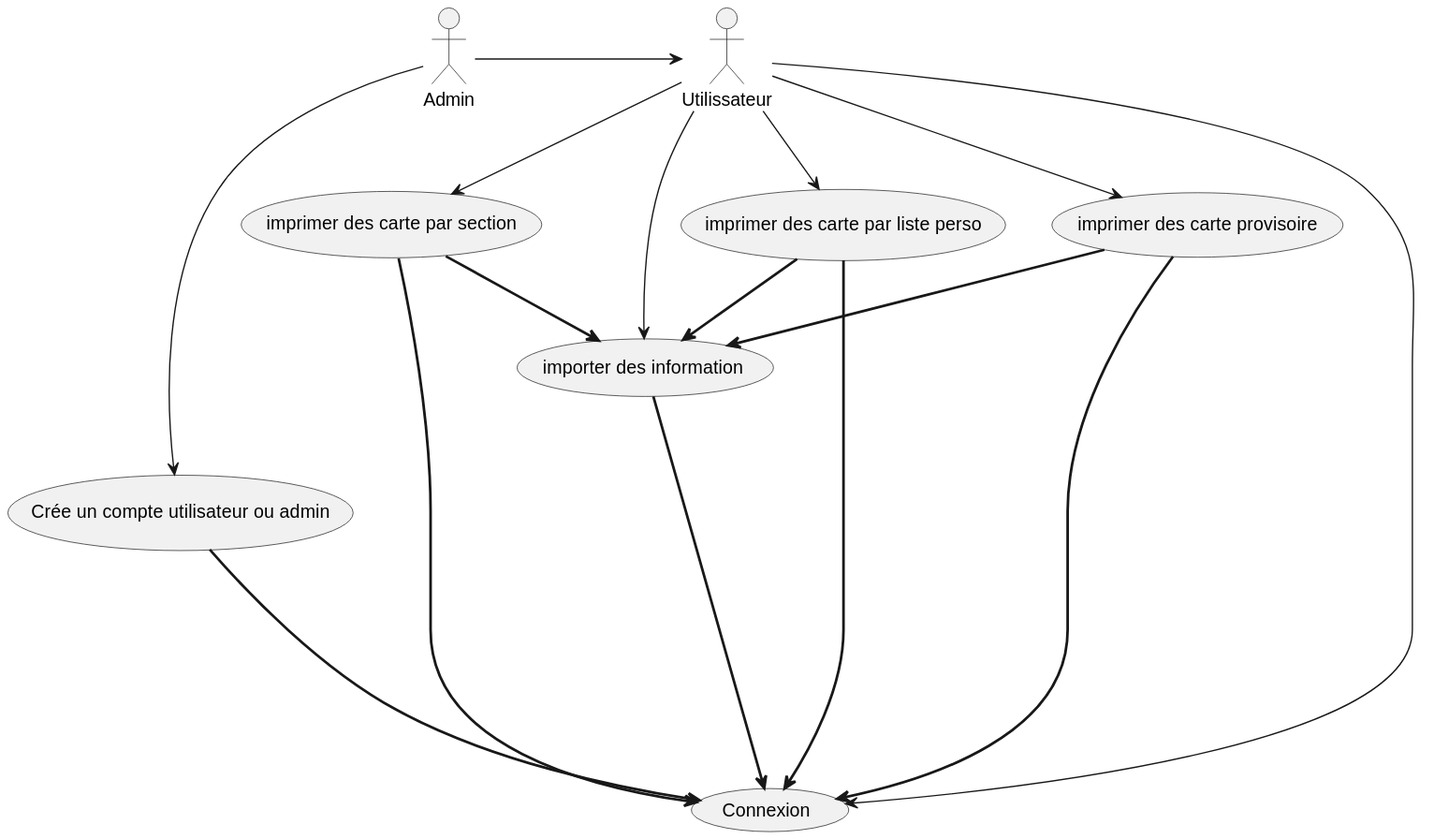
ValgulNecron/appStage keeps this PlantUML diagram as file/UseCase.svg. Above is the earlier version.
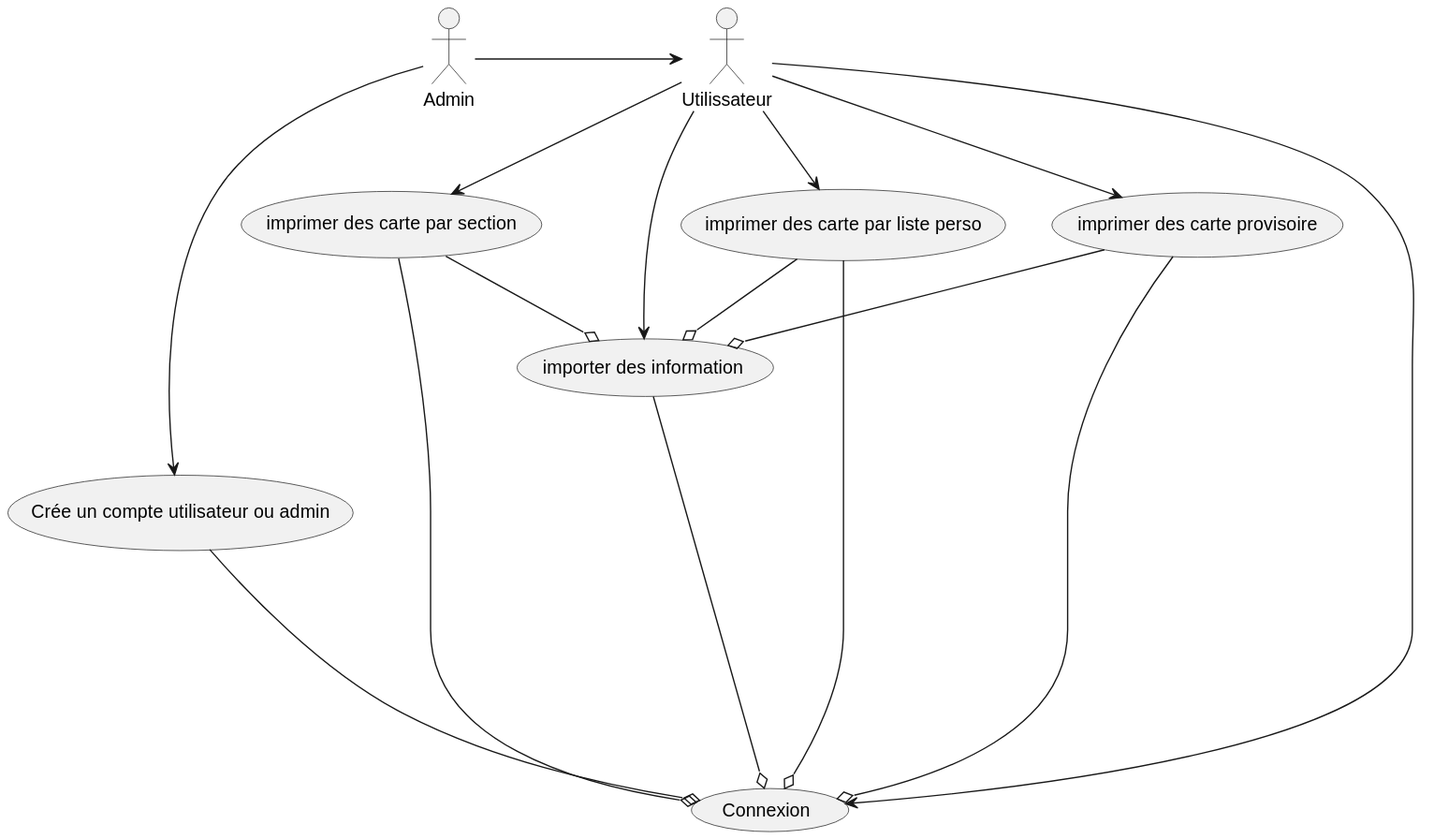
Later version of the same file.

Change to the diagram source:
```diff
@@ -8,7 +8,7 @@
 
 (Connexion) as login
 
-create => login
+create -o login
 User -------> login
 Admin -> create
 
@@ -20,11 +20,12 @@
 User --> carteLs
 User --> carteP
 User --> carteS
-import => login
-carteLs => login
-carteP => login
-carteS => login
-carteLs ==> import
-carteP ==> import
-carteS ==> import
+import -o login
+carteLs -o login
+carteP -o login
+carteS -o login
+carteLs --o import
+carteP --o import
+carteS --o import
+
 @enduml
```
